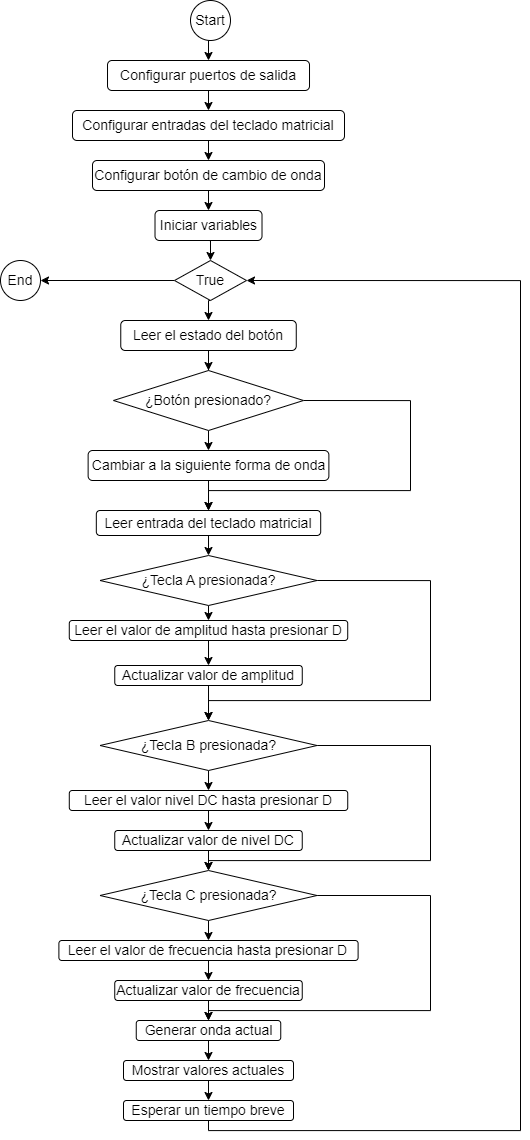
Earlier version of the draw.io export Arduino.drawio.png (anamvelasco/ClashOfTheTitans). Source tidied: cells renumbered, new cells last; positions are measured from the earlier drawing's top-left corner, leaving out a move shared by most shapes.
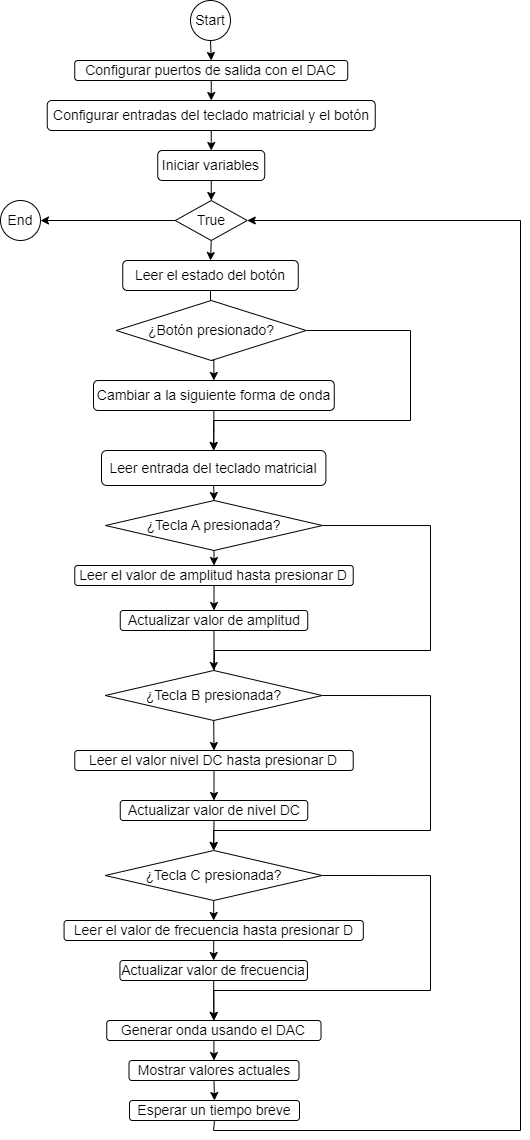
Above is the later version.

Commit message:
Diagramas de Flujo y esquemáticos

Change to the diagram source:
```diff
@@ -11,26 +11,20 @@
     <mxCell id="4" style="edgeStyle=orthogonalEdgeStyle;rounded=0;jettySize=auto;html=1;exitX=0.5;exitY=1;exitDx=0;exitDy=0;entryX=0.5;entryY=0;entryDx=0;entryDy=0;fontSize=14;" parent="1" edge="1" source="5" target="7">
       <mxGeometry relative="1" as="geometry" />
     </mxCell>
-    <mxCell id="5" value="&lt;font style=&quot;font-size: 14px;&quot;&gt;Configurar puertos de salida&lt;/font&gt;" style="rounded=1;whiteSpace=wrap;html=1;fontSize=14;" parent="1" vertex="1">
-      <mxGeometry x="107" y="60" width="202" height="30" as="geometry" />
+    <mxCell id="5" value="&lt;font style=&quot;font-size: 14px;&quot;&gt;Configurar puertos de salida con el DAC&lt;/font&gt;" style="rounded=1;whiteSpace=wrap;html=1;fontSize=14;" parent="1" vertex="1">
+      <mxGeometry x="74.2" y="60" width="273" height="20" as="geometry" />
     </mxCell>
-    <mxCell id="6" style="edgeStyle=orthogonalEdgeStyle;rounded=0;jettySize=auto;html=1;exitX=0.5;exitY=1;exitDx=0;exitDy=0;entryX=0.5;entryY=0;entryDx=0;entryDy=0;fontSize=14;" parent="1" edge="1" source="7" target="9">
-      <mxGeometry relative="1" as="geometry" />
-    </mxCell>
+    <mxCell id="52" style="edgeStyle=orthogonalEdgeStyle;rounded=0;jettySize=auto;html=1;exitX=0.5;exitY=1;exitDx=0;exitDy=0;entryX=0.5;entryY=0;entryDx=0;entryDy=0;" parent="1" edge="1" source="7" target="11">
+      <mxGeometry relative="1" as="geometry" />
+    </mxCell>
-    <mxCell id="7" value="&lt;font style=&quot;font-size: 14px;&quot;&gt;Configurar entradas del teclado matricial&lt;/font&gt;" style="rounded=1;whiteSpace=wrap;html=1;fontSize=14;" parent="1" vertex="1">
-      <mxGeometry x="72" y="110" width="272" height="30" as="geometry" />
+    <mxCell id="7" value="&lt;font style=&quot;font-size: 14px;&quot;&gt;Configurar entradas del teclado matricial y el botón&lt;/font&gt;" style="rounded=1;whiteSpace=wrap;html=1;fontSize=14;" parent="1" vertex="1">
+      <mxGeometry x="46.7" y="100" width="328" height="30" as="geometry" />
     </mxCell>
-    <mxCell id="8" style="edgeStyle=orthogonalEdgeStyle;rounded=0;jettySize=auto;html=1;exitX=0.5;exitY=1;exitDx=0;exitDy=0;entryX=0.5;entryY=0;entryDx=0;entryDy=0;fontSize=14;" parent="1" edge="1" source="9" target="11">
-      <mxGeometry relative="1" as="geometry" />
-    </mxCell>
-    <mxCell id="9" value="&lt;font style=&quot;font-size: 14px;&quot;&gt;Configurar botón de cambio de onda&lt;/font&gt;" style="rounded=1;whiteSpace=wrap;html=1;fontSize=14;" parent="1" vertex="1">
-      <mxGeometry x="92" y="160" width="232" height="30" as="geometry" />
-    </mxCell>
     <mxCell id="10" style="edgeStyle=orthogonalEdgeStyle;rounded=0;jettySize=auto;html=1;exitX=0.5;exitY=1;exitDx=0;exitDy=0;entryX=0.5;entryY=0;entryDx=0;entryDy=0;fontSize=14;" parent="1" edge="1" source="11" target="14">
       <mxGeometry relative="1" as="geometry" />
     </mxCell>
     <mxCell id="11" value="&lt;font style=&quot;font-size: 14px;&quot;&gt;Iniciar variables&lt;/font&gt;" style="rounded=1;whiteSpace=wrap;html=1;fontSize=14;" parent="1" vertex="1">
-      <mxGeometry x="154.5" y="210" width="107" height="30" as="geometry" />
+      <mxGeometry x="157.2" y="150" width="107" height="30" as="geometry" />
     </mxCell>
     <mxCell id="12" style="edgeStyle=orthogonalEdgeStyle;rounded=0;jettySize=auto;html=1;exitX=0.5;exitY=1;exitDx=0;exitDy=0;entryX=0.5;entryY=0;entryDx=0;entryDy=0;fontSize=14;" parent="1" edge="1" source="14" target="16">
       <mxGeometry relative="1" as="geometry" />
@@ -39,13 +33,13 @@
       <mxGeometry relative="1" as="geometry" />
     </mxCell>
     <mxCell id="14" value="&lt;font style=&quot;font-size: 14px;&quot;&gt;True&lt;/font&gt;" style="rhombus;whiteSpace=wrap;html=1;fontSize=14;" parent="1" vertex="1">
-      <mxGeometry x="174" y="260" width="72" height="40" as="geometry" />
+      <mxGeometry x="174.7" y="200" width="72" height="40" as="geometry" />
     </mxCell>
     <mxCell id="15" style="edgeStyle=orthogonalEdgeStyle;rounded=0;jettySize=auto;html=1;exitX=0.5;exitY=1;exitDx=0;exitDy=0;fontSize=14;" parent="1" edge="1" source="16" target="19">
       <mxGeometry relative="1" as="geometry" />
     </mxCell>
     <mxCell id="16" value="&lt;font style=&quot;font-size: 14px;&quot;&gt;Leer el estado del botón&lt;/font&gt;" style="rounded=1;whiteSpace=wrap;html=1;fontSize=14;" parent="1" vertex="1">
-      <mxGeometry x="120.3" y="320" width="175.5" height="30" as="geometry" />
+      <mxGeometry x="122.2" y="260" width="175.5" height="30" as="geometry" />
     </mxCell>
     <mxCell id="17" style="edgeStyle=orthogonalEdgeStyle;rounded=0;jettySize=auto;html=1;exitX=0.5;exitY=1;exitDx=0;exitDy=0;entryX=0.5;entryY=0;entryDx=0;entryDy=0;fontSize=14;" parent="1" edge="1" source="19" target="21">
       <mxGeometry relative="1" as="geometry" />
@@ -53,26 +47,26 @@
     <mxCell id="18" style="edgeStyle=orthogonalEdgeStyle;rounded=0;jettySize=auto;html=1;exitX=1;exitY=0.5;exitDx=0;exitDy=0;entryX=0.5;entryY=0;entryDx=0;entryDy=0;" parent="1" edge="1" source="19" target="23">
       <mxGeometry relative="1" as="geometry">
         <Array as="points">
-          <mxPoint x="410" y="400" />
-          <mxPoint x="410" y="490" />
-          <mxPoint x="208" y="490" />
+          <mxPoint x="410" y="330" />
+          <mxPoint x="410" y="420" />
+          <mxPoint x="213" y="420" />
         </Array>
       </mxGeometry>
     </mxCell>
     <mxCell id="19" value="&lt;font style=&quot;font-size: 14px;&quot;&gt;¿Botón presionado?&lt;/font&gt;" style="rhombus;whiteSpace=wrap;html=1;fontSize=14;" parent="1" vertex="1">
-      <mxGeometry x="113" y="370" width="190" height="60" as="geometry" />
+      <mxGeometry x="115.7" y="300" width="190" height="60" as="geometry" />
     </mxCell>
     <mxCell id="20" style="edgeStyle=orthogonalEdgeStyle;rounded=0;jettySize=auto;html=1;exitX=0.5;exitY=1;exitDx=0;exitDy=0;entryX=0.5;entryY=0;entryDx=0;entryDy=0;" parent="1" edge="1" source="21" target="23">
       <mxGeometry relative="1" as="geometry" />
     </mxCell>
     <mxCell id="21" value="Cambiar a la siguiente forma de onda" style="rounded=1;whiteSpace=wrap;html=1;fontSize=14;" parent="1" vertex="1">
-      <mxGeometry x="87.6" y="450" width="240.8" height="30" as="geometry" />
+      <mxGeometry x="93" y="380" width="240.8" height="30" as="geometry" />
     </mxCell>
     <mxCell id="22" style="edgeStyle=orthogonalEdgeStyle;rounded=0;jettySize=auto;html=1;exitX=0.5;exitY=1;exitDx=0;exitDy=0;entryX=0.5;entryY=0;entryDx=0;entryDy=0;fontSize=14;" parent="1" edge="1" source="23" target="26">
       <mxGeometry relative="1" as="geometry" />
     </mxCell>
     <mxCell id="23" value="Leer entrada del teclado matricial" style="rounded=1;whiteSpace=wrap;html=1;fontSize=14;" parent="1" vertex="1">
-      <mxGeometry x="95.8" y="510" width="224.4" height="25" as="geometry" />
+      <mxGeometry x="101" y="450" width="224.4" height="35" as="geometry" />
     </mxCell>
     <mxCell id="24" style="edgeStyle=orthogonalEdgeStyle;rounded=0;jettySize=auto;html=1;exitX=0.5;exitY=1;exitDx=0;exitDy=0;entryX=0.5;entryY=0;entryDx=0;entryDy=0;" parent="1" edge="1" source="26" target="28">
       <mxGeometry relative="1" as="geometry" />
@@ -80,26 +74,27 @@
     <mxCell id="25" style="edgeStyle=orthogonalEdgeStyle;rounded=0;jettySize=auto;html=1;exitX=1;exitY=0.5;exitDx=0;exitDy=0;entryX=0.5;entryY=0;entryDx=0;entryDy=0;" parent="1" edge="1" source="26" target="33">
       <mxGeometry relative="1" as="geometry">
         <Array as="points">
-          <mxPoint x="430" y="580" />
-          <mxPoint x="430" y="700" />
-          <mxPoint x="208" y="700" />
+          <mxPoint x="430" y="525" />
+          <mxPoint x="430" y="650" />
+          <mxPoint x="214" y="650" />
+          <mxPoint x="214" y="720" />
         </Array>
       </mxGeometry>
     </mxCell>
     <mxCell id="26" value="&lt;font style=&quot;font-size: 14px;&quot;&gt;¿Tecla A presionada?&lt;/font&gt;" style="rhombus;whiteSpace=wrap;html=1;fontSize=14;" parent="1" vertex="1">
-      <mxGeometry x="99.5" y="555" width="217" height="50" as="geometry" />
+      <mxGeometry x="105" y="500" width="217" height="50" as="geometry" />
     </mxCell>
     <mxCell id="27" style="edgeStyle=orthogonalEdgeStyle;rounded=0;jettySize=auto;html=1;exitX=0.5;exitY=1;exitDx=0;exitDy=0;entryX=0.5;entryY=0;entryDx=0;entryDy=0;" parent="1" edge="1" source="28" target="30">
       <mxGeometry relative="1" as="geometry" />
     </mxCell>
     <mxCell id="28" value="Leer el valor de amplitud hasta presionar D" style="rounded=1;whiteSpace=wrap;html=1;fontSize=14;" parent="1" vertex="1">
-      <mxGeometry x="68.8" y="620" width="278.4" height="20" as="geometry" />
+      <mxGeometry x="74.3" y="565" width="278.4" height="20" as="geometry" />
     </mxCell>
     <mxCell id="29" style="edgeStyle=orthogonalEdgeStyle;rounded=0;jettySize=auto;html=1;exitX=0.5;exitY=1;exitDx=0;exitDy=0;entryX=0.5;entryY=0;entryDx=0;entryDy=0;" parent="1" edge="1" source="30" target="33">
       <mxGeometry relative="1" as="geometry" />
     </mxCell>
     <mxCell id="30" value="Actualizar valor de amplitud" style="rounded=1;whiteSpace=wrap;html=1;fontSize=14;" parent="1" vertex="1">
-      <mxGeometry x="114.3" y="665" width="187.5" height="20" as="geometry" />
+      <mxGeometry x="119.8" y="610" width="187.5" height="20" as="geometry" />
     </mxCell>
     <mxCell id="31" style="edgeStyle=orthogonalEdgeStyle;rounded=0;jettySize=auto;html=1;exitX=0.5;exitY=1;exitDx=0;exitDy=0;entryX=0.5;entryY=0;entryDx=0;entryDy=0;" parent="1" edge="1" source="33" target="35">
       <mxGeometry relative="1" as="geometry" />
@@ -107,26 +102,26 @@
     <mxCell id="32" style="edgeStyle=orthogonalEdgeStyle;rounded=0;jettySize=auto;html=1;exitX=1;exitY=0.5;exitDx=0;exitDy=0;entryX=0.5;entryY=0;entryDx=0;entryDy=0;" parent="1" edge="1" source="33" target="40">
       <mxGeometry relative="1" as="geometry">
         <Array as="points">
-          <mxPoint x="430" y="745" />
-          <mxPoint x="430" y="860" />
-          <mxPoint x="208" y="860" />
+          <mxPoint x="430" y="695" />
+          <mxPoint x="430" y="830" />
+          <mxPoint x="213" y="830" />
         </Array>
       </mxGeometry>
     </mxCell>
     <mxCell id="33" value="&lt;font style=&quot;font-size: 14px;&quot;&gt;¿Tecla B presionada?&lt;/font&gt;" style="rhombus;whiteSpace=wrap;html=1;fontSize=14;" parent="1" vertex="1">
-      <mxGeometry x="99.5" y="720" width="217" height="50" as="geometry" />
+      <mxGeometry x="104.7" y="670" width="217" height="50" as="geometry" />
     </mxCell>
     <mxCell id="34" style="edgeStyle=orthogonalEdgeStyle;rounded=0;jettySize=auto;html=1;exitX=0.5;exitY=1;exitDx=0;exitDy=0;entryX=0.5;entryY=0;entryDx=0;entryDy=0;" parent="1" edge="1" source="35" target="37">
       <mxGeometry relative="1" as="geometry" />
     </mxCell>
     <mxCell id="35" value="Leer el valor nivel DC hasta presionar D" style="rounded=1;whiteSpace=wrap;html=1;fontSize=14;" parent="1" vertex="1">
-      <mxGeometry x="68.8" y="790" width="278.4" height="20" as="geometry" />
+      <mxGeometry x="74.3" y="750" width="278.4" height="20" as="geometry" />
     </mxCell>
     <mxCell id="36" style="edgeStyle=orthogonalEdgeStyle;rounded=0;jettySize=auto;html=1;exitX=0.5;exitY=1;exitDx=0;exitDy=0;entryX=0.5;entryY=0;entryDx=0;entryDy=0;" parent="1" edge="1" source="37" target="40">
       <mxGeometry relative="1" as="geometry" />
     </mxCell>
     <mxCell id="37" value="Actualizar valor de nivel DC" style="rounded=1;whiteSpace=wrap;html=1;fontSize=14;" parent="1" vertex="1">
-      <mxGeometry x="114.2" y="830" width="187.5" height="20" as="geometry" />
+      <mxGeometry x="119.8" y="800" width="187.5" height="20" as="geometry" />
     </mxCell>
     <mxCell id="38" style="edgeStyle=orthogonalEdgeStyle;rounded=0;jettySize=auto;html=1;exitX=0.5;exitY=1;exitDx=0;exitDy=0;entryX=0.5;entryY=0;entryDx=0;entryDy=0;" parent="1" edge="1" source="40" target="42">
       <mxGeometry relative="1" as="geometry" />
@@ -134,53 +129,53 @@
     <mxCell id="39" style="edgeStyle=orthogonalEdgeStyle;rounded=0;jettySize=auto;html=1;exitX=1;exitY=0.5;exitDx=0;exitDy=0;entryX=0.5;entryY=0;entryDx=0;entryDy=0;" parent="1" edge="1" source="40" target="46">
       <mxGeometry relative="1" as="geometry">
         <Array as="points">
-          <mxPoint x="430" y="895" />
-          <mxPoint x="430" y="1010" />
-          <mxPoint x="208" y="1010" />
+          <mxPoint x="430" y="875" />
+          <mxPoint x="430" y="990" />
+          <mxPoint x="213" y="990" />
         </Array>
       </mxGeometry>
     </mxCell>
     <mxCell id="40" value="&lt;font style=&quot;font-size: 14px;&quot;&gt;¿Tecla C presionada?&lt;/font&gt;" style="rhombus;whiteSpace=wrap;html=1;fontSize=14;" parent="1" vertex="1">
-      <mxGeometry x="99.5" y="870" width="217" height="50" as="geometry" />
+      <mxGeometry x="104.7" y="850" width="217" height="50" as="geometry" />
     </mxCell>
     <mxCell id="41" style="edgeStyle=orthogonalEdgeStyle;rounded=0;jettySize=auto;html=1;exitX=0.5;exitY=1;exitDx=0;exitDy=0;entryX=0.5;entryY=0;entryDx=0;entryDy=0;" parent="1" edge="1" source="42" target="44">
       <mxGeometry relative="1" as="geometry" />
     </mxCell>
     <mxCell id="42" value="Leer el valor de frecuencia hasta presionar D" style="rounded=1;whiteSpace=wrap;html=1;fontSize=14;" parent="1" vertex="1">
-      <mxGeometry x="58.4" y="940" width="299.2" height="20" as="geometry" />
+      <mxGeometry x="63.6" y="920" width="299.2" height="20" as="geometry" />
     </mxCell>
     <mxCell id="43" style="edgeStyle=orthogonalEdgeStyle;rounded=0;jettySize=auto;html=1;exitX=0.5;exitY=1;exitDx=0;exitDy=0;entryX=0.5;entryY=0;entryDx=0;entryDy=0;" parent="1" edge="1" source="44" target="46">
       <mxGeometry relative="1" as="geometry" />
     </mxCell>
     <mxCell id="44" value="Actualizar valor de frecuencia" style="rounded=1;whiteSpace=wrap;html=1;fontSize=14;" parent="1" vertex="1">
-      <mxGeometry x="114.2" y="980" width="187.5" height="20" as="geometry" />
+      <mxGeometry x="119.4" y="960" width="187.5" height="20" as="geometry" />
     </mxCell>
     <mxCell id="45" style="edgeStyle=orthogonalEdgeStyle;rounded=0;jettySize=auto;html=1;exitX=0.5;exitY=1;exitDx=0;exitDy=0;entryX=0.5;entryY=0;entryDx=0;entryDy=0;" parent="1" edge="1" source="46" target="48">
       <mxGeometry relative="1" as="geometry" />
     </mxCell>
-    <mxCell id="46" value="Generar onda actual" style="rounded=1;whiteSpace=wrap;html=1;fontSize=14;" parent="1" vertex="1">
-      <mxGeometry x="135.8" y="1020" width="144.5" height="20" as="geometry" />
+    <mxCell id="46" value="Generar onda usando el DAC" style="rounded=1;whiteSpace=wrap;html=1;fontSize=14;" parent="1" vertex="1">
+      <mxGeometry x="106.2" y="1020" width="214.2" height="20" as="geometry" />
     </mxCell>
     <mxCell id="47" style="edgeStyle=orthogonalEdgeStyle;rounded=0;jettySize=auto;html=1;exitX=0.5;exitY=1;exitDx=0;exitDy=0;entryX=0.5;entryY=0;entryDx=0;entryDy=0;" parent="1" edge="1" source="48" target="50">
       <mxGeometry relative="1" as="geometry" />
     </mxCell>
     <mxCell id="48" value="Mostrar valores actuales" style="rounded=1;whiteSpace=wrap;html=1;fontSize=14;" parent="1" vertex="1">
-      <mxGeometry x="123" y="1060" width="170" height="20" as="geometry" />
+      <mxGeometry x="128.5" y="1060" width="170" height="20" as="geometry" />
     </mxCell>
     <mxCell id="49" style="edgeStyle=orthogonalEdgeStyle;rounded=0;jettySize=auto;html=1;exitX=0.5;exitY=1;exitDx=0;exitDy=0;entryX=1;entryY=0.5;entryDx=0;entryDy=0;" parent="1" edge="1" source="50" target="14">
       <mxGeometry relative="1" as="geometry">
         <Array as="points">
-          <mxPoint x="208" y="1130" />
+          <mxPoint x="213" y="1130" />
           <mxPoint x="520" y="1130" />
-          <mxPoint x="520" y="280" />
+          <mxPoint x="520" y="220" />
         </Array>
       </mxGeometry>
     </mxCell>
     <mxCell id="50" value="Esperar un tiempo breve" style="rounded=1;whiteSpace=wrap;html=1;fontSize=14;" parent="1" vertex="1">
-      <mxGeometry x="123" y="1100" width="170" height="20" as="geometry" />
+      <mxGeometry x="129" y="1100" width="170" height="20" as="geometry" />
     </mxCell>
     <mxCell id="51" value="&lt;font style=&quot;font-size: 14px;&quot;&gt;End&lt;/font&gt;" style="ellipse;whiteSpace=wrap;html=1;fontSize=14;" parent="1" vertex="1">
-      <mxGeometry y="260" width="40" height="40" as="geometry" />
+      <mxGeometry y="200" width="40" height="40" as="geometry" />
     </mxCell>
   </root>
 </mxGraphModel>
```
